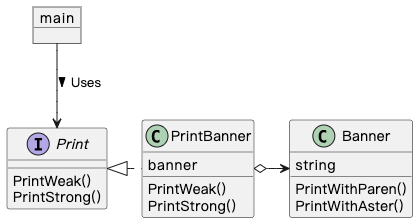
Earlier version of the PlantUML export 02_adapter/adapter.png (A11Might/golang-design-pattern). Its source is kept beside it as 02_adapter/adapter.puml. Source of this version:
```plantuml
@startuml

object main
interface Print {
    PrintWeak()
    PrintStrong()
}
class PrintBanner {
    banner
    PrintWeak()
    PrintStrong()
}
class Banner {
    string
    PrintWithParen()
    PrintWithAster()
}

main --> Print: Uses >
Print <|. PrintBanner
PrintBanner o-> Banner


@enduml
```
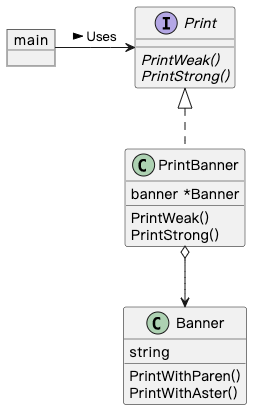
The same file after the commit.

Commit message:
prefect iterator, adapter and template method pattern

The edit, as a diff of the source:
```diff
@@ -2,11 +2,11 @@
 
 object main
 interface Print {
-    PrintWeak()
-    PrintStrong()
+    {abstract}PrintWeak()
+    {abstract}PrintStrong()
 }
 class PrintBanner {
-    banner
+    banner *Banner
     PrintWeak()
     PrintStrong()
 }
@@ -16,9 +16,9 @@
     PrintWithAster()
 }
 
-main --> Print: Uses >
-Print <|. PrintBanner
-PrintBanner o-> Banner
+main -> Print: Uses >
+Print <|.. PrintBanner
+PrintBanner o--> Banner
 
 
 @enduml
```
